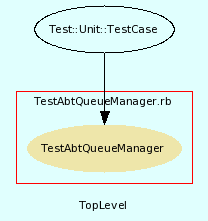
eschabell/abtlinux keeps this Graphviz diagram as src/trunk/doc/dot/f_14.png. Above is the earlier version. Its source is kept beside it as src/trunk/doc/dot/f_14.dot.
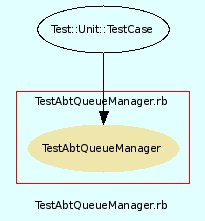
The same diagram one commit later.

What changed in the source:
```diff
@@ -3,7 +3,7 @@
     bgcolor = lightcyan1
     fontname = Arial
     fontsize = 8
-    label = "TopLevel"
+    label = "TestAbtQueueManager.rb"
     node [
         fontname = Arial,
         fontsize = 8,
```
